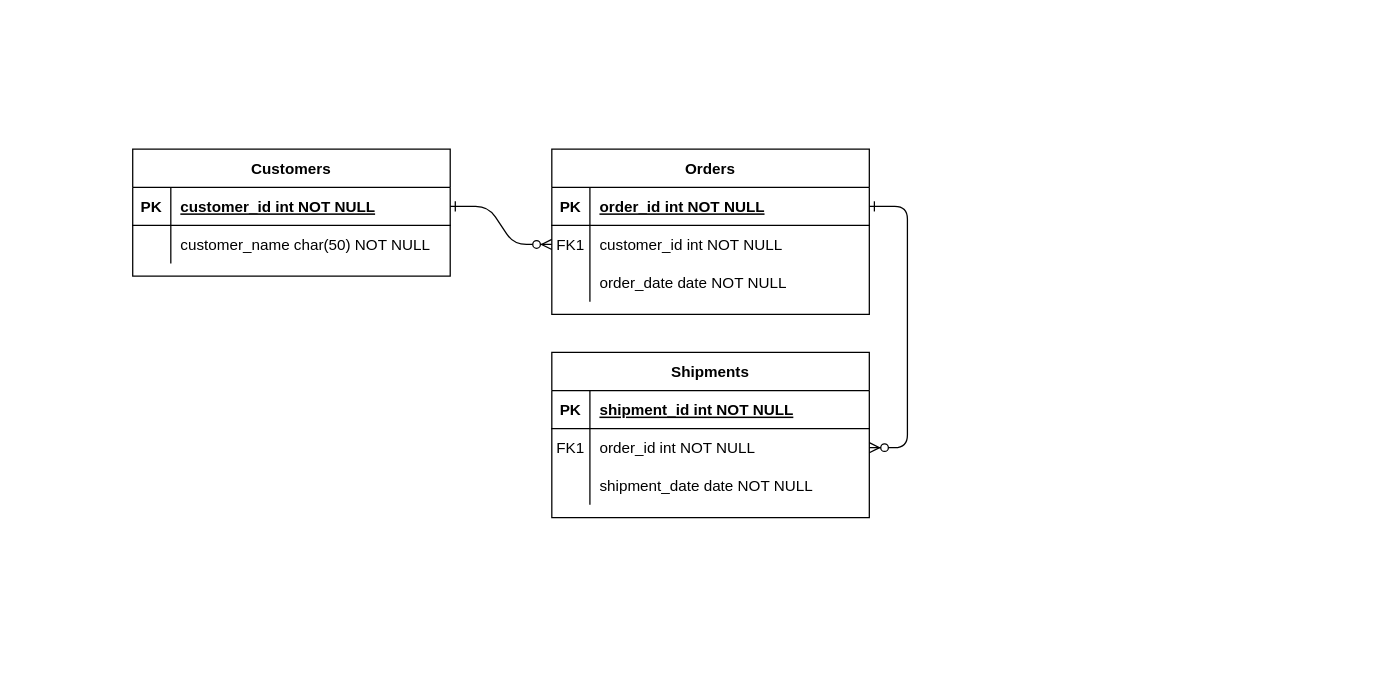
Before: Диаграмма без названия.drawio in gameplayandmus2/db, a draw.io diagram. Source tidied: cells renumbered, new cells numbered last; positions are measured from the earlier drawing's top-left corner, leaving out a move shared by most shapes. Both pictures are drawn from the tidied source at 127%, with x=0, y=0 at pixel (132, 149).
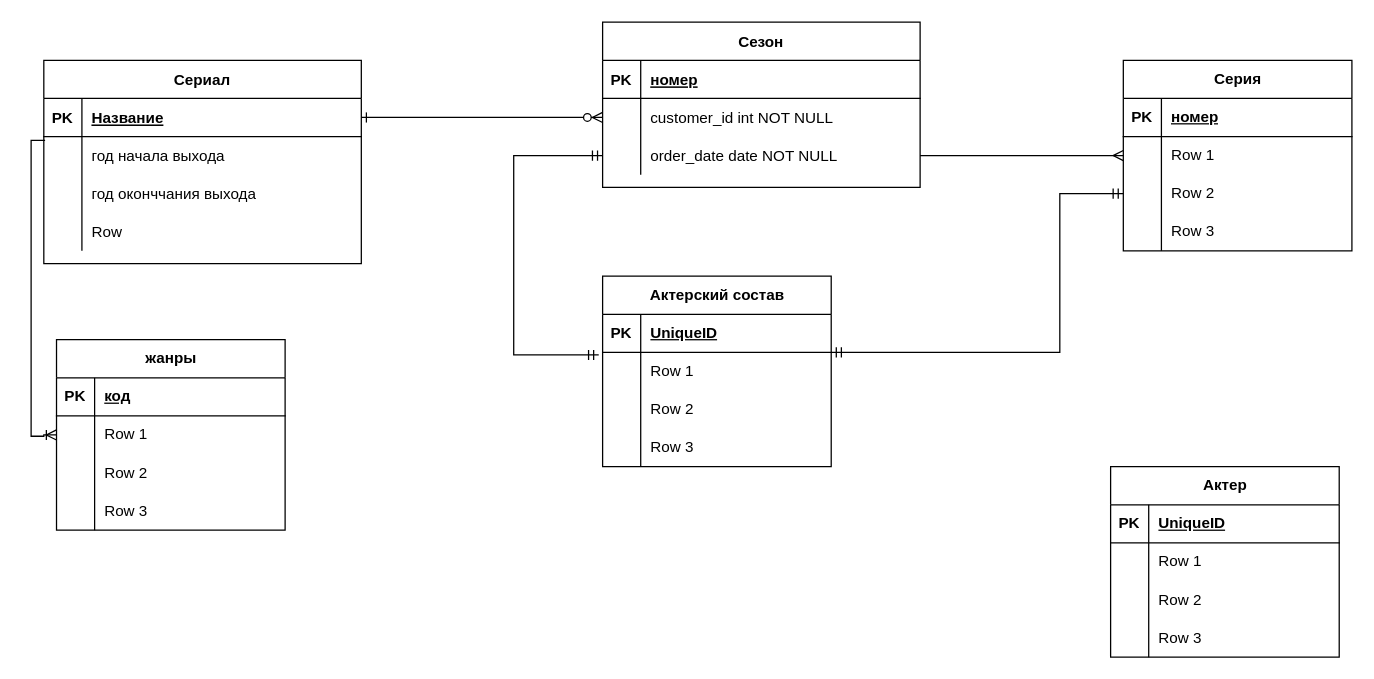
The same page after the edit.

Unchanged cells that the change refers to:
```xml
<mxCell id="5" style="shape=partialRectangle;fillColor=none;points=[[0,0.5],[1,0.5]];portConstraint=eastwest;top=0;left=0;right=0;bottom=1;" parent="4" vertex="1">
  <mxGeometry y="30" width="250" height="30" as="geometry" />
</mxCell>
<mxCell id="8" style="shape=partialRectangle;fillColor=none;points=[[0,0.5],[1,0.5]];portConstraint=eastwest;top=0;left=0;right=0;bottom=0;" parent="4" vertex="1">
  <mxGeometry y="60" width="250" height="30" as="geometry" />
</mxCell>
<mxCell id="11" style="shape=partialRectangle;fillColor=none;points=[[0,0.5],[1,0.5]];portConstraint=eastwest;top=0;left=0;right=0;bottom=0;" parent="4" vertex="1">
  <mxGeometry y="90" width="250" height="30" as="geometry" />
</mxCell>
<mxCell id="25" style="shape=partialRectangle;fillColor=none;points=[[0,0.5],[1,0.5]];portConstraint=eastwest;top=0;left=0;right=0;bottom=1;" parent="24" vertex="1">
  <mxGeometry y="30" width="250" height="30" as="geometry" />
</mxCell>
<mxCell id="28" style="shape=partialRectangle;fillColor=none;points=[[0,0.5],[1,0.5]];portConstraint=eastwest;top=0;left=0;right=0;bottom=0;" parent="24" vertex="1">
  <mxGeometry y="60" width="250" height="30" as="geometry" />
</mxCell>
```

The edit, as a diff of the source:
```diff
@@
-    <mxCell id="3" style="edgeStyle=entityRelationEdgeStyle;endArrow=ERzeroToMany;startArrow=ERone;endFill=1;startFill=0;" parent="1" edge="1" source="5" target="18">
-      <mxGeometry relative="1" as="geometry" />
-    </mxCell>
-    <mxCell id="4" value="Orders" style="shape=table;startSize=30;childLayout=tableLayout;rowLines=0;fontStyle=1;align=center;" parent="1" vertex="1">
-      <mxGeometry x="330" width="250" height="130" as="geometry" />
+    <mxCell id="4" value="Сезон" style="shape=table;startSize=30;childLayout=tableLayout;rowLines=0;fontStyle=1;align=center;" parent="1" vertex="1">
+      <mxGeometry x="370" y="-100" width="250" height="130" as="geometry" />
     </mxCell>
@@
-    <mxCell id="7" value="order_id int NOT NULL " style="shape=partialRectangle;overflow=hidden;fillColor=none;top=0;left=0;bottom=0;right=0;align=left;spacingLeft=6;fontStyle=5;" parent="5" vertex="1">
+    <mxCell id="7" value="номер" style="shape=partialRectangle;overflow=hidden;fillColor=none;top=0;left=0;bottom=0;right=0;align=left;spacingLeft=6;fontStyle=5;" parent="5" vertex="1">
       <mxGeometry x="30" width="220" height="30" as="geometry" />
     </mxCell>
@@
-    <mxCell id="9" value="FK1" style="shape=partialRectangle;overflow=hidden;fillColor=none;top=0;left=0;bottom=0;right=0;" parent="8" vertex="1">
+    <mxCell id="9" style="shape=partialRectangle;overflow=hidden;fillColor=none;top=0;left=0;bottom=0;right=0;" parent="8" vertex="1">
       <mxGeometry width="30" height="30" as="geometry" />
     </mxCell>
@@
-    <mxCell id="14" value="Shipments" style="shape=table;startSize=30;childLayout=tableLayout;rowLines=0;fontStyle=1;align=center;" parent="1" vertex="1">
-      <mxGeometry x="330" y="160" width="250" height="130" as="geometry" />
-    </mxCell>
-    <mxCell id="15" style="shape=partialRectangle;fillColor=none;top=0;left=0;right=0;bottom=1;" parent="14" vertex="1">
-      <mxGeometry y="30" width="250" height="30" as="geometry" />
-    </mxCell>
-    <mxCell id="16" value="PK" style="shape=partialRectangle;overflow=hidden;fillColor=none;top=0;left=0;bottom=0;right=0;fontStyle=1;" parent="15" vertex="1">
-      <mxGeometry width="30" height="30" as="geometry" />
-    </mxCell>
-    <mxCell id="17" value="shipment_id int NOT NULL " style="shape=partialRectangle;overflow=hidden;fillColor=none;top=0;left=0;bottom=0;right=0;align=left;spacingLeft=6;fontStyle=5;" parent="15" vertex="1">
-      <mxGeometry x="30" width="220" height="30" as="geometry" />
-    </mxCell>
-    <mxCell id="18" style="shape=partialRectangle;fillColor=none;points=[[0,0.5],[1,0.5]];portConstraint=eastwest;top=0;left=0;right=0;bottom=0;" parent="14" vertex="1">
-      <mxGeometry y="60" width="250" height="30" as="geometry" />
-    </mxCell>
-    <mxCell id="19" value="FK1" style="shape=partialRectangle;overflow=hidden;fillColor=none;top=0;left=0;bottom=0;right=0;" parent="18" vertex="1">
-      <mxGeometry width="30" height="30" as="geometry" />
-    </mxCell>
-    <mxCell id="20" value="order_id int NOT NULL" style="shape=partialRectangle;overflow=hidden;fillColor=none;top=0;left=0;bottom=0;right=0;align=left;spacingLeft=6;" parent="18" vertex="1">
-      <mxGeometry x="30" width="220" height="30" as="geometry" />
-    </mxCell>
-    <mxCell id="21" style="shape=partialRectangle;fillColor=none;top=0;left=0;right=0;bottom=0;" parent="14" vertex="1">
-      <mxGeometry y="90" width="250" height="30" as="geometry" />
-    </mxCell>
-    <mxCell id="22" style="shape=partialRectangle;overflow=hidden;fillColor=none;top=0;left=0;bottom=0;right=0;" parent="21" vertex="1">
-      <mxGeometry width="30" height="30" as="geometry" />
-    </mxCell>
-    <mxCell id="23" value="shipment_date date NOT NULL" style="shape=partialRectangle;overflow=hidden;fillColor=none;top=0;left=0;bottom=0;right=0;align=left;spacingLeft=6;" parent="21" vertex="1">
-      <mxGeometry x="30" width="220" height="30" as="geometry" />
-    </mxCell>
-    <mxCell id="24" value="Customers" style="shape=table;startSize=30;childLayout=tableLayout;rowLines=0;fontStyle=1;align=center;" parent="1" vertex="1">
-      <mxGeometry width="250" height="100" as="geometry" />
+    <mxCell id="24" value="Сериал" style="shape=table;startSize=30;childLayout=tableLayout;rowLines=0;fontStyle=1;align=center;" parent="1" vertex="1">
+      <mxGeometry x="-70" y="-70" width="250" height="160" as="geometry" />
     </mxCell>
@@
-    <mxCell id="27" value="customer_id int NOT NULL " style="shape=partialRectangle;overflow=hidden;fillColor=none;top=0;left=0;bottom=0;right=0;align=left;spacingLeft=6;fontStyle=5;" parent="25" vertex="1">
+    <mxCell id="27" value="Название" style="shape=partialRectangle;overflow=hidden;fillColor=none;top=0;left=0;bottom=0;right=0;align=left;spacingLeft=6;fontStyle=5;" parent="25" vertex="1">
       <mxGeometry x="30" width="220" height="30" as="geometry" />
     </mxCell>
@@
-    <mxCell id="30" value="customer_name char(50) NOT NULL" style="shape=partialRectangle;overflow=hidden;fillColor=none;top=0;left=0;bottom=0;right=0;align=left;spacingLeft=6;" parent="28" vertex="1">
+    <mxCell id="30" value="год начала выхода" style="shape=partialRectangle;overflow=hidden;fillColor=none;top=0;left=0;bottom=0;right=0;align=left;spacingLeft=6;" parent="28" vertex="1">
       <mxGeometry x="30" width="220" height="30" as="geometry" />
     </mxCell>
+    <mxCell id="31" style="shape=tableRow;horizontal=0;startSize=0;swimlaneHead=0;swimlaneBody=0;fillColor=none;top=0;left=0;right=0;bottom=0;" parent="24" vertex="1">
+      <mxGeometry y="90" width="250" height="30" as="geometry" />
+    </mxCell>
+    <mxCell id="32" style="shape=partialRectangle;fillColor=none;top=0;left=0;bottom=0;right=0;overflow=hidden;" parent="31" vertex="1">
+      <mxGeometry width="30" height="30" as="geometry" />
+    </mxCell>
+    <mxCell id="33" value="год оконччания выхода" style="shape=partialRectangle;fillColor=none;top=0;left=0;bottom=0;right=0;align=left;spacingLeft=6;overflow=hidden;" parent="31" vertex="1">
+      <mxGeometry x="30" width="220" height="30" as="geometry" />
+    </mxCell>
+    <mxCell id="34" style="shape=tableRow;horizontal=0;startSize=0;swimlaneHead=0;swimlaneBody=0;fillColor=none;top=0;left=0;right=0;bottom=0;" parent="24" vertex="1">
+      <mxGeometry y="120" width="250" height="30" as="geometry" />
+    </mxCell>
+    <mxCell id="35" style="shape=partialRectangle;fillColor=none;top=0;left=0;bottom=0;right=0;overflow=hidden;" parent="34" vertex="1">
+      <mxGeometry width="30" height="30" as="geometry" />
+    </mxCell>
+    <mxCell id="36" value="Row" style="shape=partialRectangle;fillColor=none;top=0;left=0;bottom=0;right=0;align=left;spacingLeft=6;overflow=hidden;" parent="34" vertex="1">
+      <mxGeometry x="30" width="220" height="30" as="geometry" />
+    </mxCell>
+    <mxCell id="37" value="Серия" style="shape=table;startSize=30;childLayout=tableLayout;rowLines=0;fontStyle=1;align=center;html=1;" parent="1" vertex="1">
+      <mxGeometry x="780" y="-70" width="180" height="150" as="geometry" />
+    </mxCell>
+    <mxCell id="38" style="shape=tableRow;horizontal=0;startSize=0;swimlaneHead=0;swimlaneBody=0;fillColor=none;top=0;left=0;right=0;bottom=1;" parent="37" vertex="1">
+      <mxGeometry y="30" width="180" height="30" as="geometry" />
+    </mxCell>
+    <mxCell id="39" value="PK" style="shape=partialRectangle;fillColor=none;top=0;left=0;bottom=0;right=0;fontStyle=1;overflow=hidden;whiteSpace=wrap;html=1;" parent="38" vertex="1">
+      <mxGeometry width="30" height="30" as="geometry" />
+    </mxCell>
+    <mxCell id="40" value="номер" style="shape=partialRectangle;fillColor=none;top=0;left=0;bottom=0;right=0;align=left;spacingLeft=6;fontStyle=5;overflow=hidden;whiteSpace=wrap;html=1;" parent="38" vertex="1">
+      <mxGeometry x="30" width="150" height="30" as="geometry" />
+    </mxCell>
+    <mxCell id="41" style="shape=tableRow;horizontal=0;startSize=0;swimlaneHead=0;swimlaneBody=0;fillColor=none;points=[[0,0.5],[1,0.5]];portConstraint=eastwest;top=0;left=0;right=0;bottom=0;" parent="37" vertex="1">
+      <mxGeometry y="60" width="180" height="30" as="geometry" />
+    </mxCell>
+    <mxCell id="42" style="shape=partialRectangle;fillColor=none;top=0;left=0;bottom=0;right=0;overflow=hidden;whiteSpace=wrap;html=1;" parent="41" vertex="1">
+      <mxGeometry width="30" height="30" as="geometry" />
+    </mxCell>
+    <mxCell id="43" value="Row 1" style="shape=partialRectangle;fillColor=none;top=0;left=0;bottom=0;right=0;align=left;spacingLeft=6;overflow=hidden;whiteSpace=wrap;html=1;" parent="41" vertex="1">
+      <mxGeometry x="30" width="150" height="30" as="geometry" />
+    </mxCell>
+    <mxCell id="44" style="shape=tableRow;horizontal=0;startSize=0;swimlaneHead=0;swimlaneBody=0;fillColor=none;points=[[0,0.5],[1,0.5]];portConstraint=eastwest;top=0;left=0;right=0;bottom=0;" parent="37" vertex="1">
+      <mxGeometry y="90" width="180" height="30" as="geometry" />
+    </mxCell>
+    <mxCell id="45" style="shape=partialRectangle;fillColor=none;top=0;left=0;bottom=0;right=0;overflow=hidden;whiteSpace=wrap;html=1;" parent="44" vertex="1">
+      <mxGeometry width="30" height="30" as="geometry" />
+    </mxCell>
+    <mxCell id="46" value="Row 2" style="shape=partialRectangle;fillColor=none;top=0;left=0;bottom=0;right=0;align=left;spacingLeft=6;overflow=hidden;whiteSpace=wrap;html=1;" parent="44" vertex="1">
+      <mxGeometry x="30" width="150" height="30" as="geometry" />
+    </mxCell>
+    <mxCell id="47" style="shape=tableRow;horizontal=0;startSize=0;swimlaneHead=0;swimlaneBody=0;fillColor=none;top=0;left=0;right=0;bottom=0;" parent="37" vertex="1">
+      <mxGeometry y="120" width="180" height="30" as="geometry" />
+    </mxCell>
+    <mxCell id="48" style="shape=partialRectangle;fillColor=none;top=0;left=0;bottom=0;right=0;overflow=hidden;whiteSpace=wrap;html=1;" parent="47" vertex="1">
+      <mxGeometry width="30" height="30" as="geometry" />
+    </mxCell>
+    <mxCell id="49" value="Row 3" style="shape=partialRectangle;fillColor=none;top=0;left=0;bottom=0;right=0;align=left;spacingLeft=6;overflow=hidden;whiteSpace=wrap;html=1;" parent="47" vertex="1">
+      <mxGeometry x="30" width="150" height="30" as="geometry" />
+    </mxCell>
+    <mxCell id="50" value="Актерский состав" style="shape=table;startSize=30;childLayout=tableLayout;rowLines=0;fontStyle=1;align=center;html=1;" parent="1" vertex="1">
+      <mxGeometry x="370" y="100" width="180" height="150" as="geometry" />
+    </mxCell>
+    <mxCell id="51" style="shape=tableRow;horizontal=0;startSize=0;swimlaneHead=0;swimlaneBody=0;fillColor=none;top=0;left=0;right=0;bottom=1;" parent="50" vertex="1">
+      <mxGeometry y="30" width="180" height="30" as="geometry" />
+    </mxCell>
+    <mxCell id="52" value="PK" style="shape=partialRectangle;fillColor=none;top=0;left=0;bottom=0;right=0;fontStyle=1;overflow=hidden;whiteSpace=wrap;html=1;" parent="51" vertex="1">
+      <mxGeometry width="30" height="30" as="geometry" />
+    </mxCell>
+    <mxCell id="53" value="UniqueID" style="shape=partialRectangle;fillColor=none;top=0;left=0;bottom=0;right=0;align=left;spacingLeft=6;fontStyle=5;overflow=hidden;whiteSpace=wrap;html=1;" parent="51" vertex="1">
+      <mxGeometry x="30" width="150" height="30" as="geometry" />
+    </mxCell>
+    <mxCell id="54" style="shape=tableRow;horizontal=0;startSize=0;swimlaneHead=0;swimlaneBody=0;fillColor=none;points=[[0,0.5],[1,0.5]];portConstraint=eastwest;top=0;left=0;right=0;bottom=0;" parent="50" vertex="1">
+      <mxGeometry y="60" width="180" height="30" as="geometry" />
+    </mxCell>
+    <mxCell id="55" style="shape=partialRectangle;fillColor=none;top=0;left=0;bottom=0;right=0;overflow=hidden;whiteSpace=wrap;html=1;" parent="54" vertex="1">
+      <mxGeometry width="30" height="30" as="geometry" />
+    </mxCell>
+    <mxCell id="56" value="Row 1" style="shape=partialRectangle;fillColor=none;top=0;left=0;bottom=0;right=0;align=left;spacingLeft=6;overflow=hidden;whiteSpace=wrap;html=1;" parent="54" vertex="1">
+      <mxGeometry x="30" width="150" height="30" as="geometry" />
+    </mxCell>
+    <mxCell id="57" style="shape=tableRow;horizontal=0;startSize=0;swimlaneHead=0;swimlaneBody=0;fillColor=none;top=0;left=0;right=0;bottom=0;" parent="50" vertex="1">
+      <mxGeometry y="90" width="180" height="30" as="geometry" />
+    </mxCell>
+    <mxCell id="58" style="shape=partialRectangle;fillColor=none;top=0;left=0;bottom=0;right=0;overflow=hidden;whiteSpace=wrap;html=1;" parent="57" vertex="1">
+      <mxGeometry width="30" height="30" as="geometry" />
+    </mxCell>
+    <mxCell id="59" value="Row 2" style="shape=partialRectangle;fillColor=none;top=0;left=0;bottom=0;right=0;align=left;spacingLeft=6;overflow=hidden;whiteSpace=wrap;html=1;" parent="57" vertex="1">
+      <mxGeometry x="30" width="150" height="30" as="geometry" />
+    </mxCell>
+    <mxCell id="60" style="shape=tableRow;horizontal=0;startSize=0;swimlaneHead=0;swimlaneBody=0;fillColor=none;top=0;left=0;right=0;bottom=0;" parent="50" vertex="1">
+      <mxGeometry y="120" width="180" height="30" as="geometry" />
+    </mxCell>
+    <mxCell id="61" style="shape=partialRectangle;fillColor=none;top=0;left=0;bottom=0;right=0;overflow=hidden;whiteSpace=wrap;html=1;" parent="60" vertex="1">
+      <mxGeometry width="30" height="30" as="geometry" />
+    </mxCell>
+    <mxCell id="62" value="Row 3" style="shape=partialRectangle;fillColor=none;top=0;left=0;bottom=0;right=0;align=left;spacingLeft=6;overflow=hidden;whiteSpace=wrap;html=1;" parent="60" vertex="1">
+      <mxGeometry x="30" width="150" height="30" as="geometry" />
+    </mxCell>
+    <mxCell id="63" value="Актер" style="shape=table;startSize=30;childLayout=tableLayout;rowLines=0;fontStyle=1;align=center;html=1;" parent="1" vertex="1">
+      <mxGeometry x="770" y="250" width="180" height="150" as="geometry" />
+    </mxCell>
+    <mxCell id="64" style="shape=tableRow;horizontal=0;startSize=0;swimlaneHead=0;swimlaneBody=0;fillColor=none;top=0;left=0;right=0;bottom=1;" parent="63" vertex="1">
+      <mxGeometry y="30" width="180" height="30" as="geometry" />
+    </mxCell>
+    <mxCell id="65" value="PK" style="shape=partialRectangle;fillColor=none;top=0;left=0;bottom=0;right=0;fontStyle=1;overflow=hidden;whiteSpace=wrap;html=1;" parent="64" vertex="1">
+      <mxGeometry width="30" height="30" as="geometry" />
+    </mxCell>
+    <mxCell id="66" value="UniqueID" style="shape=partialRectangle;fillColor=none;top=0;left=0;bottom=0;right=0;align=left;spacingLeft=6;fontStyle=5;overflow=hidden;whiteSpace=wrap;html=1;" parent="64" vertex="1">
+      <mxGeometry x="30" width="150" height="30" as="geometry" />
+    </mxCell>
+    <mxCell id="67" style="shape=tableRow;horizontal=0;startSize=0;swimlaneHead=0;swimlaneBody=0;fillColor=none;top=0;left=0;right=0;bottom=0;" parent="63" vertex="1">
+      <mxGeometry y="60" width="180" height="30" as="geometry" />
+    </mxCell>
+    <mxCell id="68" style="shape=partialRectangle;fillColor=none;top=0;left=0;bottom=0;right=0;overflow=hidden;whiteSpace=wrap;html=1;" parent="67" vertex="1">
+      <mxGeometry width="30" height="30" as="geometry" />
+    </mxCell>
+    <mxCell id="69" value="Row 1" style="shape=partialRectangle;fillColor=none;top=0;left=0;bottom=0;right=0;align=left;spacingLeft=6;overflow=hidden;whiteSpace=wrap;html=1;" parent="67" vertex="1">
+      <mxGeometry x="30" width="150" height="30" as="geometry" />
+    </mxCell>
+    <mxCell id="70" style="shape=tableRow;horizontal=0;startSize=0;swimlaneHead=0;swimlaneBody=0;fillColor=none;top=0;left=0;right=0;bottom=0;" parent="63" vertex="1">
+      <mxGeometry y="90" width="180" height="30" as="geometry" />
+    </mxCell>
+    <mxCell id="71" style="shape=partialRectangle;fillColor=none;top=0;left=0;bottom=0;right=0;overflow=hidden;whiteSpace=wrap;html=1;" parent="70" vertex="1">
+      <mxGeometry width="30" height="30" as="geometry" />
+    </mxCell>
+    <mxCell id="72" value="Row 2" style="shape=partialRectangle;fillColor=none;top=0;left=0;bottom=0;right=0;align=left;spacingLeft=6;overflow=hidden;whiteSpace=wrap;html=1;" parent="70" vertex="1">
+      <mxGeometry x="30" width="150" height="30" as="geometry" />
+    </mxCell>
+    <mxCell id="73" style="shape=tableRow;horizontal=0;startSize=0;swimlaneHead=0;swimlaneBody=0;fillColor=none;top=0;left=0;right=0;bottom=0;" parent="63" vertex="1">
+      <mxGeometry y="120" width="180" height="30" as="geometry" />
+    </mxCell>
+    <mxCell id="74" style="shape=partialRectangle;fillColor=none;top=0;left=0;bottom=0;right=0;overflow=hidden;whiteSpace=wrap;html=1;" parent="73" vertex="1">
+      <mxGeometry width="30" height="30" as="geometry" />
+    </mxCell>
+    <mxCell id="75" value="Row 3" style="shape=partialRectangle;fillColor=none;top=0;left=0;bottom=0;right=0;align=left;spacingLeft=6;overflow=hidden;whiteSpace=wrap;html=1;" parent="73" vertex="1">
+      <mxGeometry x="30" width="150" height="30" as="geometry" />
+    </mxCell>
+    <mxCell id="76" style="edgeStyle=entityRelationEdgeStyle;fontSize=12;html=1;endArrow=ERmany;rounded=0;exitX=1;exitY=0.5;exitDx=0;exitDy=0;entryX=0;entryY=0.5;entryDx=0;entryDy=0;" parent="1" edge="1" source="11" target="41">
+      <mxGeometry relative="1" as="geometry" />
+    </mxCell>
+    <mxCell id="77" style="edgeStyle=orthogonalEdgeStyle;fontSize=12;html=1;endArrow=ERmandOne;startArrow=ERmandOne;rounded=0;entryX=0;entryY=0.5;entryDx=0;entryDy=0;exitX=-0.017;exitY=0.067;exitDx=0;exitDy=0;exitPerimeter=0;" parent="1" edge="1" source="54" target="11">
+      <mxGeometry relative="1" as="geometry">
+        <Array as="points">
+          <mxPoint x="300" y="162" />
+          <mxPoint x="300" y="5" />
+        </Array>
+      </mxGeometry>
+    </mxCell>
+    <mxCell id="78" style="edgeStyle=orthogonalEdgeStyle;fontSize=12;html=1;endArrow=ERmandOne;startArrow=ERmandOne;rounded=0;entryX=0;entryY=0.5;entryDx=0;entryDy=0;exitX=1;exitY=0;exitDx=0;exitDy=0;exitPerimeter=0;" parent="1" edge="1" source="54" target="44">
+      <mxGeometry relative="1" as="geometry">
+        <Array as="points">
+          <mxPoint x="730" y="160" />
+          <mxPoint x="730" y="35" />
+        </Array>
+      </mxGeometry>
+    </mxCell>
+    <mxCell id="79" value="жанры" style="shape=table;startSize=30;childLayout=tableLayout;rowLines=0;fontStyle=1;align=center;html=1;" parent="1" vertex="1">
+      <mxGeometry x="-60" y="150" width="180" height="150" as="geometry" />
+    </mxCell>
+    <mxCell id="80" style="shape=tableRow;horizontal=0;startSize=0;swimlaneHead=0;swimlaneBody=0;fillColor=none;top=0;left=0;right=0;bottom=1;" parent="79" vertex="1">
+      <mxGeometry y="30" width="180" height="30" as="geometry" />
+    </mxCell>
+    <mxCell id="81" value="PK" style="shape=partialRectangle;fillColor=none;top=0;left=0;bottom=0;right=0;fontStyle=1;overflow=hidden;whiteSpace=wrap;html=1;" parent="80" vertex="1">
+      <mxGeometry width="30" height="30" as="geometry" />
+    </mxCell>
+    <mxCell id="82" value="код" style="shape=partialRectangle;fillColor=none;top=0;left=0;bottom=0;right=0;align=left;spacingLeft=6;fontStyle=5;overflow=hidden;whiteSpace=wrap;html=1;" parent="80" vertex="1">
+      <mxGeometry x="30" width="150" height="30" as="geometry" />
+    </mxCell>
+    <mxCell id="83" style="shape=tableRow;horizontal=0;startSize=0;swimlaneHead=0;swimlaneBody=0;fillColor=none;points=[[0,0.5],[1,0.5]];portConstraint=eastwest;top=0;left=0;right=0;bottom=0;" parent="79" vertex="1">
+      <mxGeometry y="60" width="180" height="30" as="geometry" />
+    </mxCell>
+    <mxCell id="84" style="shape=partialRectangle;fillColor=none;top=0;left=0;bottom=0;right=0;overflow=hidden;whiteSpace=wrap;html=1;" parent="83" vertex="1">
+      <mxGeometry width="30" height="30" as="geometry" />
+    </mxCell>
+    <mxCell id="85" value="Row 1" style="shape=partialRectangle;fillColor=none;top=0;left=0;bottom=0;right=0;align=left;spacingLeft=6;overflow=hidden;whiteSpace=wrap;html=1;" parent="83" vertex="1">
+      <mxGeometry x="30" width="150" height="30" as="geometry" />
+    </mxCell>
+    <mxCell id="86" style="shape=tableRow;horizontal=0;startSize=0;swimlaneHead=0;swimlaneBody=0;fillColor=none;top=0;left=0;right=0;bottom=0;" parent="79" vertex="1">
+      <mxGeometry y="90" width="180" height="30" as="geometry" />
+    </mxCell>
+    <mxCell id="87" style="shape=partialRectangle;fillColor=none;top=0;left=0;bottom=0;right=0;overflow=hidden;whiteSpace=wrap;html=1;" parent="86" vertex="1">
+      <mxGeometry width="30" height="30" as="geometry" />
+    </mxCell>
+    <mxCell id="88" value="Row 2" style="shape=partialRectangle;fillColor=none;top=0;left=0;bottom=0;right=0;align=left;spacingLeft=6;overflow=hidden;whiteSpace=wrap;html=1;" parent="86" vertex="1">
+      <mxGeometry x="30" width="150" height="30" as="geometry" />
+    </mxCell>
+    <mxCell id="89" style="shape=tableRow;horizontal=0;startSize=0;swimlaneHead=0;swimlaneBody=0;fillColor=none;top=0;left=0;right=0;bottom=0;" parent="79" vertex="1">
+      <mxGeometry y="120" width="180" height="30" as="geometry" />
+    </mxCell>
+    <mxCell id="90" style="shape=partialRectangle;fillColor=none;top=0;left=0;bottom=0;right=0;overflow=hidden;whiteSpace=wrap;html=1;" parent="89" vertex="1">
+      <mxGeometry width="30" height="30" as="geometry" />
+    </mxCell>
+    <mxCell id="91" value="Row 3" style="shape=partialRectangle;fillColor=none;top=0;left=0;bottom=0;right=0;align=left;spacingLeft=6;overflow=hidden;whiteSpace=wrap;html=1;" parent="89" vertex="1">
+      <mxGeometry x="30" width="150" height="30" as="geometry" />
+    </mxCell>
+    <mxCell id="92" style="edgeStyle=orthogonalEdgeStyle;fontSize=12;html=1;endArrow=ERoneToMany;rounded=0;entryX=0;entryY=0.5;entryDx=0;entryDy=0;exitX=0.004;exitY=0.1;exitDx=0;exitDy=0;exitPerimeter=0;" parent="1" edge="1" source="28" target="83">
+      <mxGeometry relative="1" as="geometry">
+        <Array as="points">
+          <mxPoint x="-80" y="-7" />
+          <mxPoint x="-80" y="226" />
+          <mxPoint x="-70" y="226" />
+        </Array>
+      </mxGeometry>
+    </mxCell>
```
